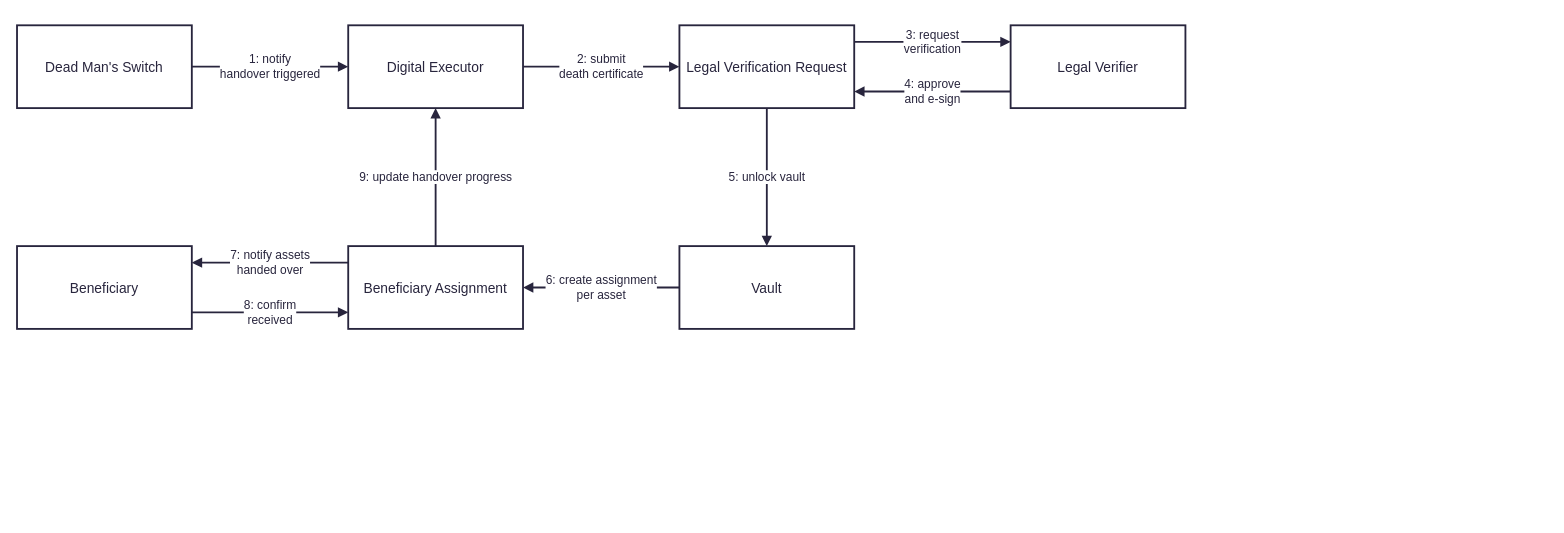
This is Communication Diagram (2 rows).drawio from QuochuyChung/Final-Report-SWD, a draw.io file, before an edit. Source tidied: cells renumbered, new cells numbered last; positions are measured from the earlier drawing's top-left corner, leaving out a move shared by most shapes. Both pictures are drawn from the tidied source at 92%, with x=0, y=0 at pixel (17, 25).
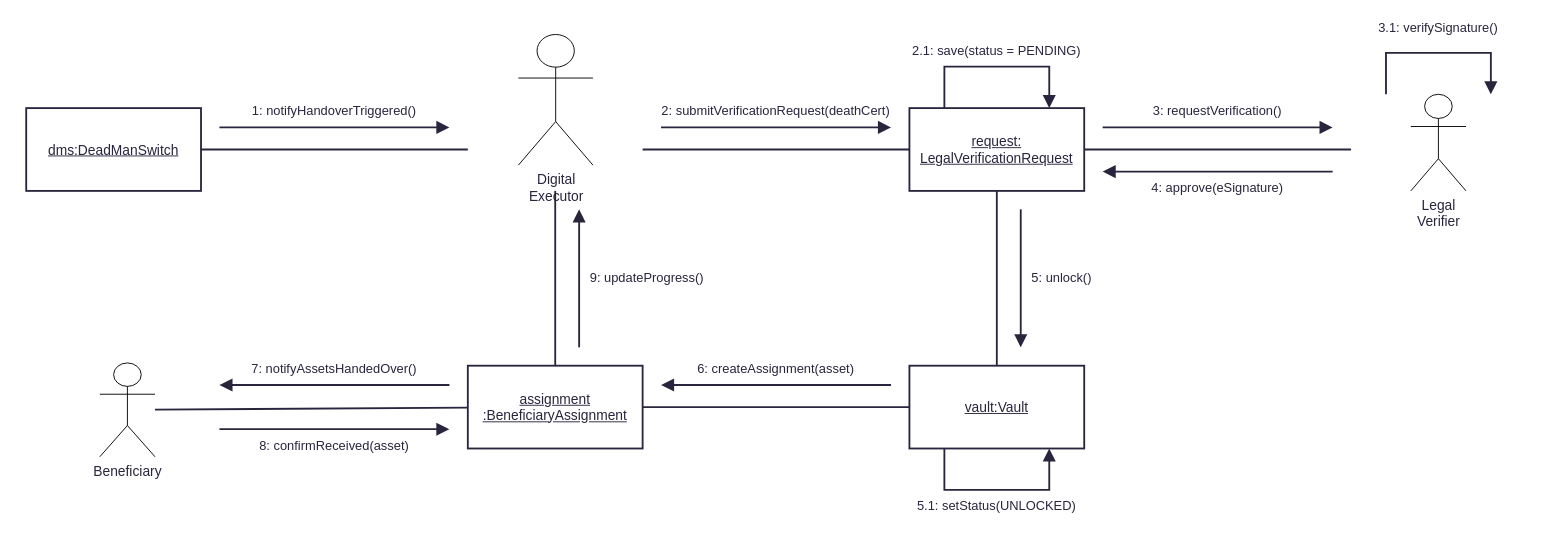
The same diagram, later.

Commit message (it also covers changes not shown here):
fix(communication): fix communication diagram

Diff of the diagram source:
```diff
@@
-    <mxCell id="2" value="Dead Man's Switch" style="html=1;whiteSpace=wrap;strokeWidth=2;fillColor=#ffffff;strokeColor=#28253D;fontColor=#28253D;fontSize=15;shadow=0;" parent="1" vertex="1">
-      <mxGeometry width="190" height="90" as="geometry" />
+    <mxCell id="2" value="dms:DeadManSwitch" style="html=1;whiteSpace=wrap;strokeWidth=2;fillColor=#ffffff;strokeColor=#28253D;fontColor=#28253D;fontSize=15;shadow=0;fontStyle=4;fontFamily=Helvetica;" parent="1" vertex="1">
+      <mxGeometry x="10" y="90" width="190" height="90" as="geometry" />
     </mxCell>
+    <mxCell id="4" value="request:&lt;div&gt;LegalVerificationRequest&lt;/div&gt;" style="html=1;whiteSpace=wrap;strokeWidth=2;fillColor=#ffffff;strokeColor=#28253D;fontColor=#28253D;fontSize=15;shadow=0;fontStyle=4;fontFamily=Helvetica;" parent="1" vertex="1">
+      <mxGeometry x="970" y="90" width="190" height="90" as="geometry" />
+    </mxCell>
+    <mxCell id="7" value="assignment :BeneficiaryAssignment" style="html=1;whiteSpace=wrap;strokeWidth=2;fillColor=#ffffff;strokeColor=#28253D;fontColor=#28253D;fontSize=15;shadow=0;fontStyle=4;fontFamily=Helvetica;" parent="1" vertex="1">
+      <mxGeometry x="490" y="370" width="190" height="90" as="geometry" />
+    </mxCell>
+    <mxCell id="18" value="vault:Vault" style="html=1;whiteSpace=wrap;strokeWidth=2;fillColor=#ffffff;strokeColor=#28253D;fontColor=#28253D;fontSize=15;shadow=0;fontStyle=4;fontFamily=Helvetica;" parent="1" vertex="1">
+      <mxGeometry x="970" y="370" width="190" height="90" as="geometry" />
+    </mxCell>
+    <mxCell id="19" style="endArrow=none;startArrow=none;html=1;strokeWidth=2;strokeColor=#28253D;edgeStyle=none;" parent="1" edge="1" source="2">
+      <mxGeometry relative="1" as="geometry">
+        <mxPoint x="490" y="135" as="targetPoint" />
+      </mxGeometry>
+    </mxCell>
+    <mxCell id="20" style="endArrow=none;startArrow=none;html=1;strokeWidth=2;strokeColor=#28253D;edgeStyle=none;" parent="1" edge="1" target="4">
+      <mxGeometry relative="1" as="geometry">
+        <mxPoint x="680" y="135" as="sourcePoint" />
+      </mxGeometry>
+    </mxCell>
+    <mxCell id="21" style="endArrow=none;startArrow=none;html=1;strokeWidth=2;strokeColor=#28253D;edgeStyle=none;" parent="1" edge="1" source="4">
+      <mxGeometry relative="1" as="geometry">
+        <mxPoint x="1450" y="135" as="targetPoint" />
+      </mxGeometry>
+    </mxCell>
+    <mxCell id="22" style="endArrow=none;startArrow=none;html=1;strokeWidth=2;strokeColor=#28253D;edgeStyle=none;" parent="1" edge="1" source="4" target="18">
+      <mxGeometry relative="1" as="geometry" />
+    </mxCell>
+    <mxCell id="23" style="endArrow=none;startArrow=none;html=1;strokeWidth=2;strokeColor=#28253D;edgeStyle=none;" parent="1" edge="1" source="18" target="7">
+      <mxGeometry relative="1" as="geometry" />
+    </mxCell>
+    <mxCell id="15" style="endArrow=none;startArrow=none;html=1;strokeWidth=2;strokeColor=#28253D;edgeStyle=none;" parent="1" edge="1" source="7" target="6">
+      <mxGeometry relative="1" as="geometry" />
+    </mxCell>
+    <mxCell id="24" style="endArrow=none;startArrow=none;html=1;strokeWidth=2;strokeColor=#28253D;edgeStyle=none;" parent="1" edge="1" source="7">
+      <mxGeometry relative="1" as="geometry">
+        <mxPoint x="585" y="180" as="targetPoint" />
+      </mxGeometry>
+    </mxCell>
+    <mxCell id="25" style="endArrow=block;endFill=1;endSize=9;html=1;strokeWidth=2;strokeColor=#28253D;" parent="1" edge="1">
+      <mxGeometry relative="1" as="geometry">
+        <mxPoint x="220" y="111" as="sourcePoint" />
+        <mxPoint x="470" y="111" as="targetPoint" />
+      </mxGeometry>
+    </mxCell>
+    <mxCell id="26" value="1: notifyHandoverTriggered()" style="text;html=1;whiteSpace=wrap;align=center;verticalAlign=middle;fontSize=14;fontColor=#28253D;strokeColor=none;fillColor=none;fontFamily=Helvetica;" parent="1" vertex="1">
+      <mxGeometry x="205" y="81" width="280" height="24" as="geometry" />
+    </mxCell>
+    <mxCell id="27" style="endArrow=block;endFill=1;endSize=9;html=1;strokeWidth=2;strokeColor=#28253D;" parent="1" edge="1">
+      <mxGeometry relative="1" as="geometry">
+        <mxPoint x="700" y="111" as="sourcePoint" />
+        <mxPoint x="950" y="111" as="targetPoint" />
+      </mxGeometry>
+    </mxCell>
+    <mxCell id="28" value="2: submitVerificationRequest(deathCert)" style="text;html=1;whiteSpace=wrap;align=center;verticalAlign=middle;fontSize=14;fontColor=#28253D;strokeColor=none;fillColor=none;fontFamily=Helvetica;" parent="1" vertex="1">
+      <mxGeometry x="685" y="81" width="280" height="24" as="geometry" />
+    </mxCell>
+    <mxCell id="29" style="edgeStyle=orthogonalEdgeStyle;rounded=0;endArrow=block;endFill=1;endSize=9;html=1;strokeWidth=2;strokeColor=#28253D;exitX=0.2;exitY=0;exitDx=0;exitDy=0;entryX=0.8;entryY=0;entryDx=0;entryDy=0;" parent="1" edge="1" source="4" target="4">
+      <mxGeometry relative="1" as="geometry">
+        <Array as="points">
+          <mxPoint x="1008" y="45" />
+          <mxPoint x="1122" y="45" />
+        </Array>
+      </mxGeometry>
+    </mxCell>
+    <mxCell id="30" value="2.1: save(status = PENDING)" style="text;html=1;whiteSpace=wrap;align=center;verticalAlign=middle;fontSize=14;fontColor=#28253D;strokeColor=none;fillColor=none;fontFamily=Helvetica;" parent="1" vertex="1">
+      <mxGeometry x="945" y="15" width="240" height="26" as="geometry" />
+    </mxCell>
+    <mxCell id="31" style="endArrow=block;endFill=1;endSize=9;html=1;strokeWidth=2;strokeColor=#28253D;" parent="1" edge="1">
+      <mxGeometry relative="1" as="geometry">
+        <mxPoint x="1180" y="111" as="sourcePoint" />
+        <mxPoint x="1430" y="111" as="targetPoint" />
+      </mxGeometry>
+    </mxCell>
+    <mxCell id="32" value="3: requestVerification()" style="text;html=1;whiteSpace=wrap;align=center;verticalAlign=middle;fontSize=14;fontColor=#28253D;strokeColor=none;fillColor=none;fontFamily=Helvetica;" parent="1" vertex="1">
+      <mxGeometry x="1165" y="81" width="280" height="24" as="geometry" />
+    </mxCell>
+    <mxCell id="33" style="edgeStyle=orthogonalEdgeStyle;rounded=0;endArrow=block;endFill=1;endSize=9;html=1;strokeWidth=2;strokeColor=#28253D;exitX=0.2;exitY=0;exitDx=0;exitDy=0;entryX=0.8;entryY=0;entryDx=0;entryDy=0;" parent="1" edge="1">
+      <mxGeometry relative="1" as="geometry">
+        <mxPoint x="1488" y="75" as="sourcePoint" />
+        <mxPoint x="1602" y="75" as="targetPoint" />
+        <Array as="points">
+          <mxPoint x="1488" y="30" />
+          <mxPoint x="1602" y="30" />
+        </Array>
+      </mxGeometry>
+    </mxCell>
+    <mxCell id="34" value="3.1: verifySignature()" style="text;html=1;whiteSpace=wrap;align=center;verticalAlign=middle;fontSize=14;fontColor=#28253D;strokeColor=none;fillColor=none;fontFamily=Helvetica;" parent="1" vertex="1">
+      <mxGeometry x="1425" y="-10" width="240" height="26" as="geometry" />
+    </mxCell>
+    <mxCell id="35" style="endArrow=block;endFill=1;endSize=9;html=1;strokeWidth=2;strokeColor=#28253D;" parent="1" edge="1">
+      <mxGeometry relative="1" as="geometry">
+        <mxPoint x="1430" y="159" as="sourcePoint" />
+        <mxPoint x="1180" y="159" as="targetPoint" />
+      </mxGeometry>
+    </mxCell>
+    <mxCell id="36" value="4: approve(eSignature)" style="text;html=1;whiteSpace=wrap;align=center;verticalAlign=middle;fontSize=14;fontColor=#28253D;strokeColor=none;fillColor=none;fontFamily=Helvetica;" parent="1" vertex="1">
+      <mxGeometry x="1165" y="165" width="280" height="24" as="geometry" />
+    </mxCell>
+    <mxCell id="37" style="endArrow=block;endFill=1;endSize=9;html=1;strokeWidth=2;strokeColor=#28253D;" parent="1" edge="1">
+      <mxGeometry relative="1" as="geometry">
+        <mxPoint x="1091" y="200" as="sourcePoint" />
+        <mxPoint x="1091" y="350" as="targetPoint" />
+      </mxGeometry>
+    </mxCell>
+    <mxCell id="38" value="5: unlock()" style="text;html=1;whiteSpace=wrap;align=left;verticalAlign=middle;fontSize=14;fontColor=#28253D;strokeColor=none;fillColor=none;fontFamily=Helvetica;" parent="1" vertex="1">
+      <mxGeometry x="1101" y="261" width="270" height="28" as="geometry" />
+    </mxCell>
+    <mxCell id="39" style="edgeStyle=orthogonalEdgeStyle;rounded=0;endArrow=block;endFill=1;endSize=9;html=1;strokeWidth=2;strokeColor=#28253D;exitX=0.2;exitY=1;exitDx=0;exitDy=0;entryX=0.8;entryY=1;entryDx=0;entryDy=0;" parent="1" edge="1" source="18" target="18">
+      <mxGeometry relative="1" as="geometry">
+        <Array as="points">
+          <mxPoint x="1008" y="505" />
+          <mxPoint x="1122" y="505" />
+        </Array>
+      </mxGeometry>
+    </mxCell>
+    <mxCell id="40" value="5.1: setStatus(UNLOCKED)" style="text;html=1;whiteSpace=wrap;align=center;verticalAlign=middle;fontSize=14;fontColor=#28253D;strokeColor=none;fillColor=none;fontFamily=Helvetica;" parent="1" vertex="1">
+      <mxGeometry x="945" y="509" width="240" height="26" as="geometry" />
+    </mxCell>
+    <mxCell id="41" style="endArrow=block;endFill=1;endSize=9;html=1;strokeWidth=2;strokeColor=#28253D;" parent="1" edge="1">
+      <mxGeometry relative="1" as="geometry">
+        <mxPoint x="950" y="391" as="sourcePoint" />
+        <mxPoint x="700" y="391" as="targetPoint" />
+      </mxGeometry>
+    </mxCell>
+    <mxCell id="42" value="6: createAssignment(asset)" style="text;html=1;whiteSpace=wrap;align=center;verticalAlign=middle;fontSize=14;fontColor=#28253D;strokeColor=none;fillColor=none;fontFamily=Helvetica;" parent="1" vertex="1">
+      <mxGeometry x="685" y="361" width="280" height="24" as="geometry" />
+    </mxCell>
+    <mxCell id="43" style="endArrow=block;endFill=1;endSize=9;html=1;strokeWidth=2;strokeColor=#28253D;" parent="1" edge="1">
+      <mxGeometry relative="1" as="geometry">
+        <mxPoint x="470" y="391" as="sourcePoint" />
+        <mxPoint x="220" y="391" as="targetPoint" />
+      </mxGeometry>
+    </mxCell>
+    <mxCell id="44" value="7: notifyAssetsHandedOver()" style="text;html=1;whiteSpace=wrap;align=center;verticalAlign=middle;fontSize=14;fontColor=#28253D;strokeColor=none;fillColor=none;fontFamily=Helvetica;" parent="1" vertex="1">
+      <mxGeometry x="205" y="361" width="280" height="24" as="geometry" />
+    </mxCell>
+    <mxCell id="45" style="endArrow=block;endFill=1;endSize=9;html=1;strokeWidth=2;strokeColor=#28253D;" parent="1" edge="1">
+      <mxGeometry relative="1" as="geometry">
+        <mxPoint x="220" y="439" as="sourcePoint" />
+        <mxPoint x="470" y="439" as="targetPoint" />
+      </mxGeometry>
+    </mxCell>
+    <mxCell id="46" value="8: confirmReceived(asset)" style="text;html=1;whiteSpace=wrap;align=center;verticalAlign=middle;fontSize=14;fontColor=#28253D;strokeColor=none;fillColor=none;fontFamily=Helvetica;" parent="1" vertex="1">
+      <mxGeometry x="205" y="445" width="280" height="24" as="geometry" />
+    </mxCell>
+    <mxCell id="47" style="endArrow=block;endFill=1;endSize=9;html=1;strokeWidth=2;strokeColor=#28253D;" parent="1" edge="1">
+      <mxGeometry relative="1" as="geometry">
+        <mxPoint x="611" y="350" as="sourcePoint" />
+        <mxPoint x="611" y="200" as="targetPoint" />
+      </mxGeometry>
+    </mxCell>
+    <mxCell id="48" value="9: updateProgress()" style="text;html=1;whiteSpace=wrap;align=left;verticalAlign=middle;fontSize=14;fontColor=#28253D;strokeColor=none;fillColor=none;fontFamily=Helvetica;" parent="1" vertex="1">
+      <mxGeometry x="621" y="261" width="270" height="28" as="geometry" />
+    </mxCell>
-    <mxCell id="3" value="Digital Executor" style="html=1;whiteSpace=wrap;strokeWidth=2;fillColor=#ffffff;strokeColor=#28253D;fontColor=#28253D;fontSize=15;shadow=0;" parent="1" vertex="1">
-      <mxGeometry x="360" width="190" height="90" as="geometry" />
+    <mxCell id="3" value="&lt;span style=&quot;color: rgb(40, 37, 61); font-size: 15px; white-space: normal;&quot;&gt;Digital Executor&lt;/span&gt;" style="shape=umlActor;verticalLabelPosition=bottom;verticalAlign=top;html=1;outlineConnect=0;labelPerimeter=1;" parent="1" vertex="1">
+      <mxGeometry x="545" y="10" width="81" height="142" as="geometry" />
     </mxCell>
-    <mxCell id="4" value="Legal Verification Request" style="html=1;whiteSpace=wrap;strokeWidth=2;fillColor=#ffffff;strokeColor=#28253D;fontColor=#28253D;fontSize=15;shadow=0;" parent="1" vertex="1">
-      <mxGeometry x="720" width="190" height="90" as="geometry" />
-    </mxCell>
-    <mxCell id="5" value="Legal Verifier" style="html=1;whiteSpace=wrap;strokeWidth=2;fillColor=#ffffff;strokeColor=#28253D;fontColor=#28253D;fontSize=15;shadow=0;" parent="1" vertex="1">
-      <mxGeometry x="1080" width="190" height="90" as="geometry" />
+    <mxCell id="5" value="&lt;span style=&quot;color: rgb(40, 37, 61); font-size: 15px; white-space: normal;&quot;&gt;Legal Verifier&lt;/span&gt;" style="shape=umlActor;verticalLabelPosition=bottom;verticalAlign=top;html=1;outlineConnect=0;labelPerimeter=1;" parent="1" vertex="1">
+      <mxGeometry x="1515" y="75" width="60" height="105" as="geometry" />
     </mxCell>
-    <mxCell id="6" value="Beneficiary" style="html=1;whiteSpace=wrap;strokeWidth=2;fillColor=#ffffff;strokeColor=#28253D;fontColor=#28253D;fontSize=15;shadow=0;" parent="1" vertex="1">
-      <mxGeometry y="240" width="190" height="90" as="geometry" />
+    <mxCell id="6" value="&lt;span style=&quot;color: rgb(40, 37, 61); font-size: 15px; white-space: normal;&quot;&gt;Beneficiary&lt;/span&gt;" style="shape=umlActor;verticalLabelPosition=bottom;verticalAlign=top;html=1;outlineConnect=0;labelPerimeter=1;" parent="1" vertex="1">
+      <mxGeometry x="90" y="367" width="60" height="102" as="geometry" />
     </mxCell>
-    <mxCell id="7" value="Beneficiary Assignment" style="html=1;whiteSpace=wrap;strokeWidth=2;fillColor=#ffffff;strokeColor=#28253D;fontColor=#28253D;fontSize=15;shadow=0;" parent="1" vertex="1">
-      <mxGeometry x="360" y="240" width="190" height="90" as="geometry" />
-    </mxCell>
-    <mxCell id="8" value="Vault" style="html=1;whiteSpace=wrap;strokeWidth=2;fillColor=#ffffff;strokeColor=#28253D;fontColor=#28253D;fontSize=15;shadow=0;" parent="1" vertex="1">
-      <mxGeometry x="720" y="240" width="190" height="90" as="geometry" />
-    </mxCell>
-    <mxCell id="9" value="1: notify&lt;br&gt;handover triggered" style="html=1;strokeWidth=2;strokeColor=#28253D;endArrow=block;endFill=1;fontSize=13;fontColor=#28253D;labelBackgroundColor=#ffffff;exitX=1;exitY=0.5;entryX=0;entryY=0.5;" parent="1" edge="1" source="2" target="3">
-      <mxGeometry relative="1" as="geometry" />
-    </mxCell>
-    <mxCell id="10" value="2: submit&lt;br&gt;death certificate" style="html=1;strokeWidth=2;strokeColor=#28253D;endArrow=block;endFill=1;fontSize=13;fontColor=#28253D;labelBackgroundColor=#ffffff;exitX=1;exitY=0.5;entryX=0;entryY=0.5;" parent="1" edge="1" source="3" target="4">
-      <mxGeometry relative="1" as="geometry" />
-    </mxCell>
-    <mxCell id="11" value="3: request&lt;br&gt;verification" style="html=1;strokeWidth=2;strokeColor=#28253D;endArrow=block;endFill=1;fontSize=13;fontColor=#28253D;labelBackgroundColor=#ffffff;exitX=1;exitY=0.2;entryX=0;entryY=0.2;" parent="1" edge="1" source="4" target="5">
-      <mxGeometry relative="1" as="geometry" />
-    </mxCell>
-    <mxCell id="12" value="4: approve&lt;br&gt;and e-sign" style="html=1;strokeWidth=2;strokeColor=#28253D;endArrow=block;endFill=1;fontSize=13;fontColor=#28253D;labelBackgroundColor=#ffffff;exitX=0;exitY=0.8;entryX=1;entryY=0.8;" parent="1" edge="1" source="5" target="4">
-      <mxGeometry relative="1" as="geometry" />
-    </mxCell>
-    <mxCell id="13" value="5: unlock vault" style="html=1;strokeWidth=2;strokeColor=#28253D;endArrow=block;endFill=1;fontSize=13;fontColor=#28253D;labelBackgroundColor=#ffffff;exitX=0.5;exitY=1;entryX=0.5;entryY=0;" parent="1" edge="1" source="4" target="8">
-      <mxGeometry relative="1" as="geometry" />
-    </mxCell>
-    <mxCell id="14" value="6: create assignment&lt;br&gt;per asset" style="html=1;strokeWidth=2;strokeColor=#28253D;endArrow=block;endFill=1;fontSize=13;fontColor=#28253D;labelBackgroundColor=#ffffff;exitX=0;exitY=0.5;entryX=1;entryY=0.5;" parent="1" edge="1" source="8" target="7">
-      <mxGeometry relative="1" as="geometry" />
-    </mxCell>
-    <mxCell id="15" value="7: notify assets&lt;br&gt;handed over" style="html=1;strokeWidth=2;strokeColor=#28253D;endArrow=block;endFill=1;fontSize=13;fontColor=#28253D;labelBackgroundColor=#ffffff;exitX=0;exitY=0.2;entryX=1;entryY=0.2;" parent="1" edge="1" source="7" target="6">
-      <mxGeometry relative="1" as="geometry" />
-    </mxCell>
-    <mxCell id="16" value="8: confirm&lt;br&gt;received" style="html=1;strokeWidth=2;strokeColor=#28253D;endArrow=block;endFill=1;fontSize=13;fontColor=#28253D;labelBackgroundColor=#ffffff;exitX=1;exitY=0.8;entryX=0;entryY=0.8;" parent="1" edge="1" source="6" target="7">
-      <mxGeometry relative="1" as="geometry" />
-    </mxCell>
-    <mxCell id="17" value="9: update handover progress" style="html=1;strokeWidth=2;strokeColor=#28253D;endArrow=block;endFill=1;fontSize=13;fontColor=#28253D;labelBackgroundColor=#ffffff;exitX=0.5;exitY=0;entryX=0.5;entryY=1;" parent="1" edge="1" source="7" target="3">
-      <mxGeometry relative="1" as="geometry" />
-    </mxCell>
```
